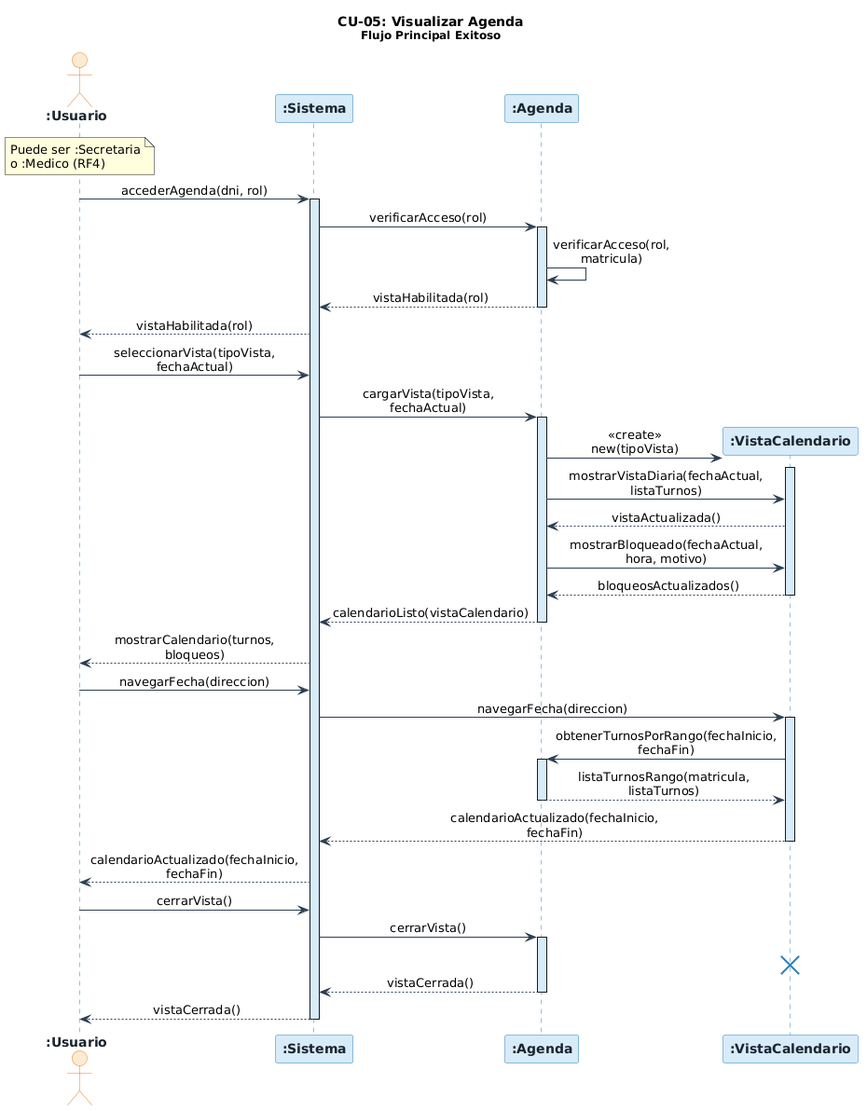
angelgc9107-lgtm/SistemaTurnosMedicos_GP6 keeps this PlantUML diagram as diagramas/05-diagramas-secuencia/05-cu05-visualizar-agenda.png. Above is the earlier version. The source it was exported from:
```plantuml
@startuml
skinparam sequenceMessageAlign center
skinparam responseMessageBelowArrow true
skinparam maxMessageSize 160
skinparam sequence {
    ArrowColor          #2C3E50
    LifeLineBorderColor #2980B9
    LifeLineBackgroundColor #D6EAF8
    BoxBackgroundColor  #FDFEFE
    BoxBorderColor      #2C3E50
}
skinparam participant {
    BackgroundColor #D6EAF8
    BorderColor     #2980B9
    FontColor       #1A252F
    FontStyle       bold
}
skinparam actor {
    BackgroundColor #FDEBD0
    BorderColor     #E67E22
    FontColor       #1A252F
    FontStyle       bold
}

title **CU-05: Visualizar Agenda**\n<size:12>Flujo Principal Exitoso</size>

actor       ":Usuario"              as usuario
participant ":Sistema"              as sistema
participant ":Agenda"               as agenda
participant ":VistaCalendario"      as vistaCalendario

note over usuario
  Puede ser :Secretaria
  o :Medico (RF4)
end note

usuario     ->  sistema             : accederAgenda(dni, rol)
activate sistema
sistema     ->  agenda              : verificarAcceso(rol)
activate agenda
agenda      ->  agenda              : verificarAcceso(rol, matricula)
agenda      -->  sistema            : vistaHabilitada(rol)
deactivate agenda
sistema     -->  usuario            : vistaHabilitada(rol)

usuario     ->  sistema             : seleccionarVista(tipoVista, fechaActual)
sistema     ->  agenda              : cargarVista(tipoVista, fechaActual)
activate agenda

create vistaCalendario
agenda      ->  vistaCalendario     : <<create>>\nnew(tipoVista)
activate vistaCalendario

agenda      ->  vistaCalendario     : mostrarVistaDiaria(fechaActual, listaTurnos)
vistaCalendario -->  agenda         : vistaActualizada()

agenda      ->  vistaCalendario     : mostrarBloqueado(fechaActual, hora, motivo)
vistaCalendario -->  agenda         : bloqueosActualizados()
deactivate vistaCalendario

agenda      -->  sistema            : calendarioListo(vistaCalendario)
deactivate agenda
sistema     -->  usuario            : mostrarCalendario(turnos, bloqueos)

usuario     ->  sistema             : navegarFecha(direccion)
sistema     ->  vistaCalendario     : navegarFecha(direccion)
activate vistaCalendario

vistaCalendario ->  agenda          : obtenerTurnosPorRango(fechaInicio, fechaFin)
activate agenda
agenda      -->  vistaCalendario    : listaTurnosRango(matricula, listaTurnos)
deactivate agenda

vistaCalendario -->  sistema        : calendarioActualizado(fechaInicio, fechaFin)
deactivate vistaCalendario
sistema     -->  usuario            : calendarioActualizado(fechaInicio, fechaFin)

usuario     ->  sistema             : cerrarVista()
sistema     ->  agenda              : cerrarVista()
activate agenda
destroy vistaCalendario
agenda      -->  sistema            : vistaCerrada()
deactivate agenda
sistema     -->  usuario            : vistaCerrada()
deactivate sistema
@enduml
```
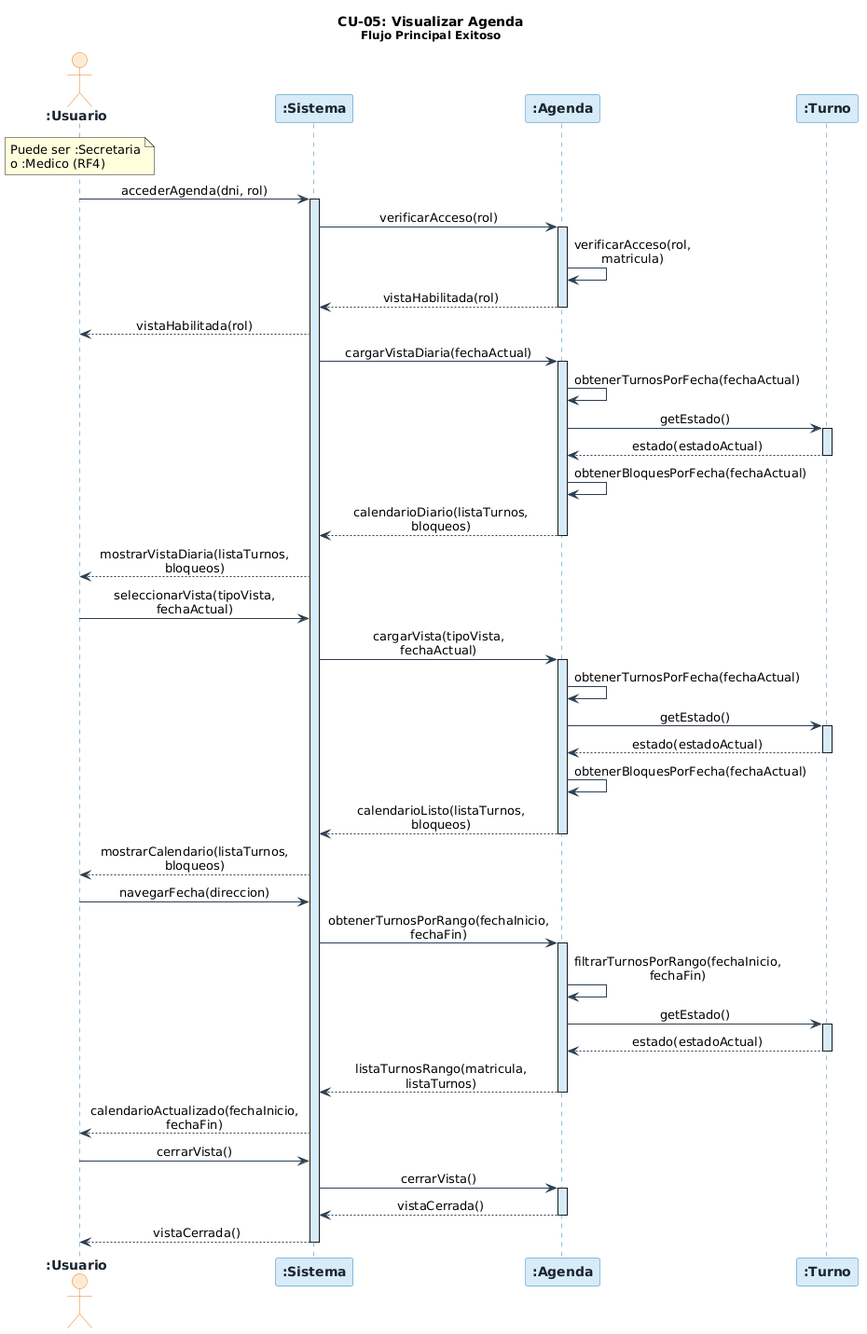
Above is the later version.

What changed in the source:
```diff
@@ -27,7 +27,7 @@
 actor       ":Usuario"              as usuario
 participant ":Sistema"              as sistema
 participant ":Agenda"               as agenda
-participant ":VistaCalendario"      as vistaCalendario
+participant ":Turno"                as turno
 
 note over usuario
   Puede ser :Secretaria
@@ -43,42 +43,46 @@
 deactivate agenda
 sistema     -->  usuario            : vistaHabilitada(rol)
 
+sistema     ->  agenda              : cargarVistaDiaria(fechaActual)
+activate agenda
+agenda      ->  agenda              : obtenerTurnosPorFecha(fechaActual)
+agenda      ->  turno               : getEstado()
+activate turno
+turno       -->  agenda             : estado(estadoActual)
+deactivate turno
+agenda      ->  agenda              : obtenerBloquesPorFecha(fechaActual)
+agenda      -->  sistema            : calendarioDiario(listaTurnos, bloqueos)
+deactivate agenda
+sistema     -->  usuario            : mostrarVistaDiaria(listaTurnos, bloqueos)
+
 usuario     ->  sistema             : seleccionarVista(tipoVista, fechaActual)
 sistema     ->  agenda              : cargarVista(tipoVista, fechaActual)
 activate agenda
-
-create vistaCalendario
-agenda      ->  vistaCalendario     : <<create>>\nnew(tipoVista)
-activate vistaCalendario
-
-agenda      ->  vistaCalendario     : mostrarVistaDiaria(fechaActual, listaTurnos)
-vistaCalendario -->  agenda         : vistaActualizada()
-
-agenda      ->  vistaCalendario     : mostrarBloqueado(fechaActual, hora, motivo)
-vistaCalendario -->  agenda         : bloqueosActualizados()
-deactivate vistaCalendario
-
-agenda      -->  sistema            : calendarioListo(vistaCalendario)
+agenda      ->  agenda              : obtenerTurnosPorFecha(fechaActual)
+agenda      ->  turno               : getEstado()
+activate turno
+turno       -->  agenda             : estado(estadoActual)
+deactivate turno
+agenda      ->  agenda              : obtenerBloquesPorFecha(fechaActual)
+agenda      -->  sistema            : calendarioListo(listaTurnos, bloqueos)
 deactivate agenda
-sistema     -->  usuario            : mostrarCalendario(turnos, bloqueos)
+sistema     -->  usuario            : mostrarCalendario(listaTurnos, bloqueos)
 
 usuario     ->  sistema             : navegarFecha(direccion)
-sistema     ->  vistaCalendario     : navegarFecha(direccion)
-activate vistaCalendario
-
-vistaCalendario ->  agenda          : obtenerTurnosPorRango(fechaInicio, fechaFin)
+sistema     ->  agenda              : obtenerTurnosPorRango(fechaInicio, fechaFin)
 activate agenda
-agenda      -->  vistaCalendario    : listaTurnosRango(matricula, listaTurnos)
+agenda      ->  agenda              : filtrarTurnosPorRango(fechaInicio, fechaFin)
+agenda      ->  turno               : getEstado()
+activate turno
+turno       -->  agenda             : estado(estadoActual)
+deactivate turno
+agenda      -->  sistema            : listaTurnosRango(matricula, listaTurnos)
 deactivate agenda
-
-vistaCalendario -->  sistema        : calendarioActualizado(fechaInicio, fechaFin)
-deactivate vistaCalendario
 sistema     -->  usuario            : calendarioActualizado(fechaInicio, fechaFin)
 
 usuario     ->  sistema             : cerrarVista()
 sistema     ->  agenda              : cerrarVista()
 activate agenda
-destroy vistaCalendario
 agenda      -->  sistema            : vistaCerrada()
 deactivate agenda
 sistema     -->  usuario            : vistaCerrada()
```
